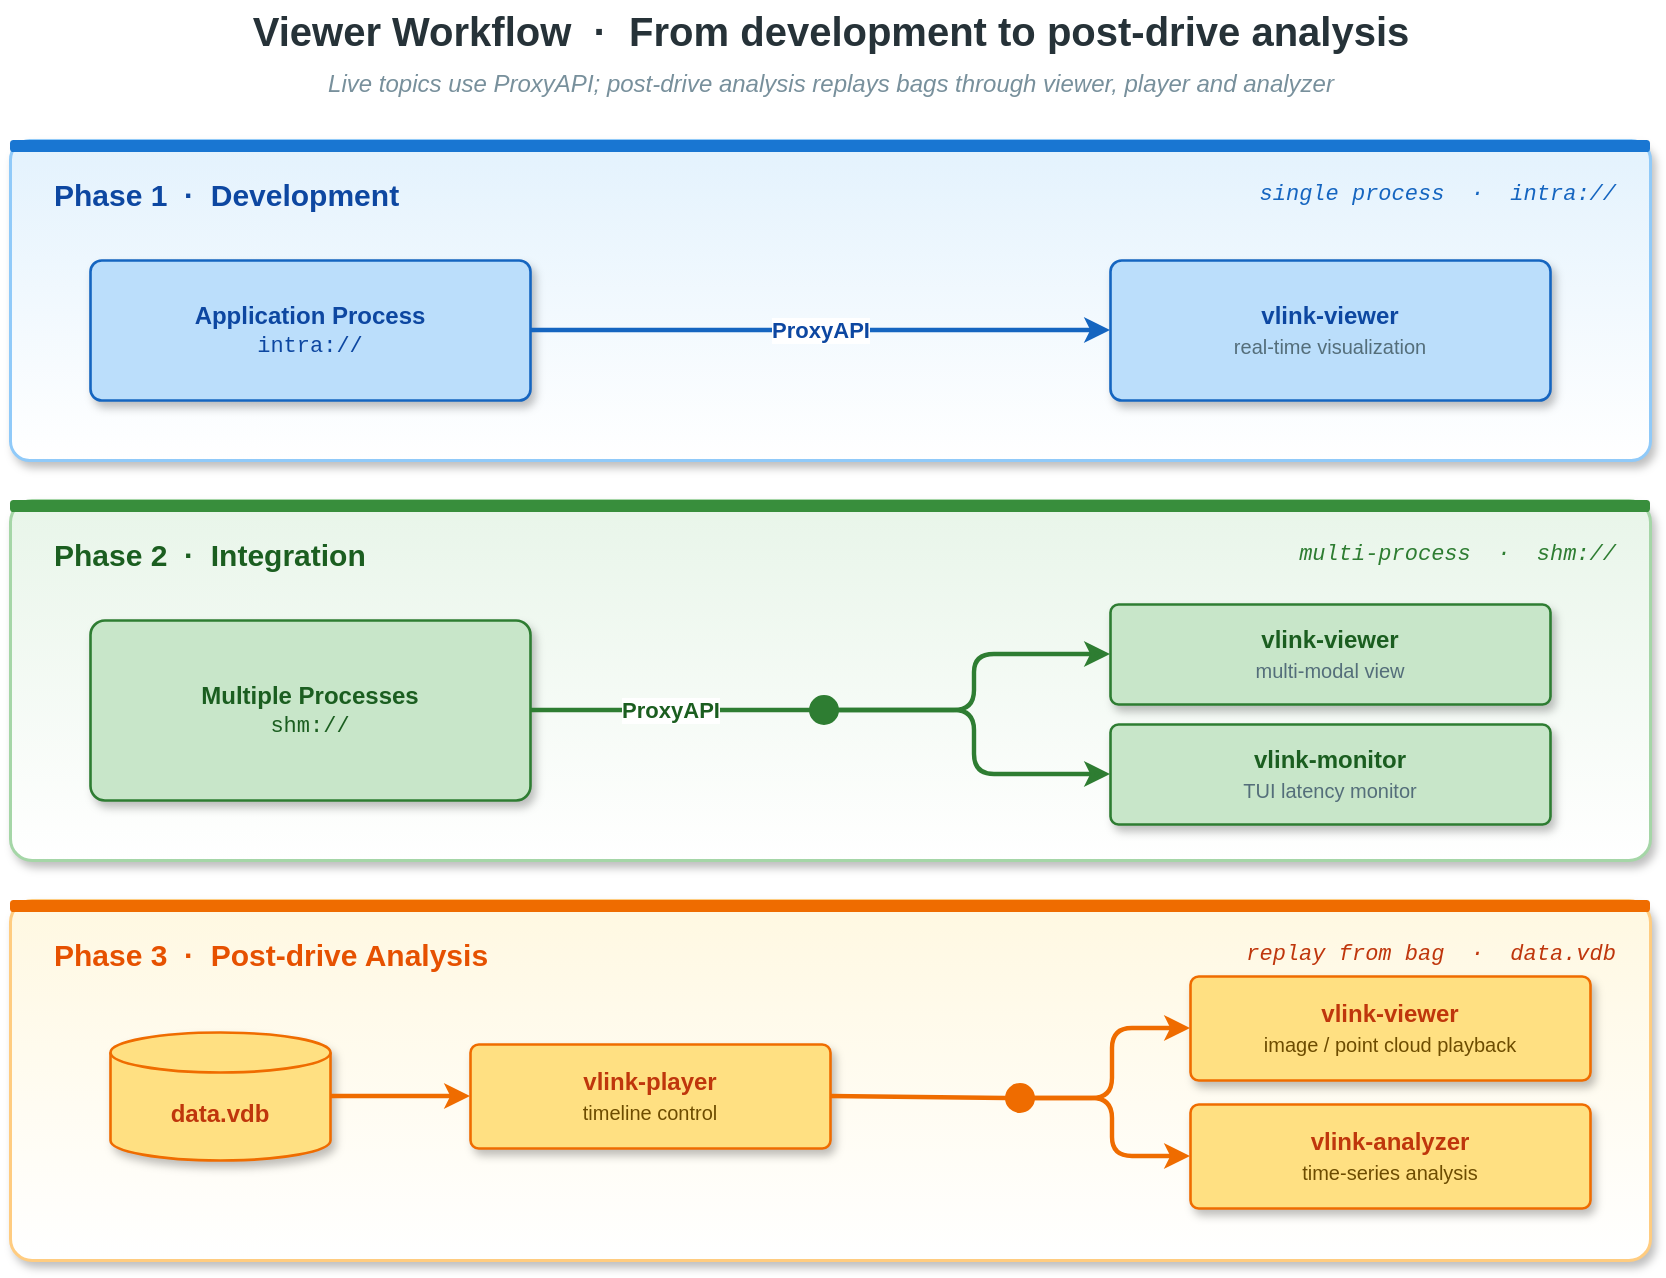
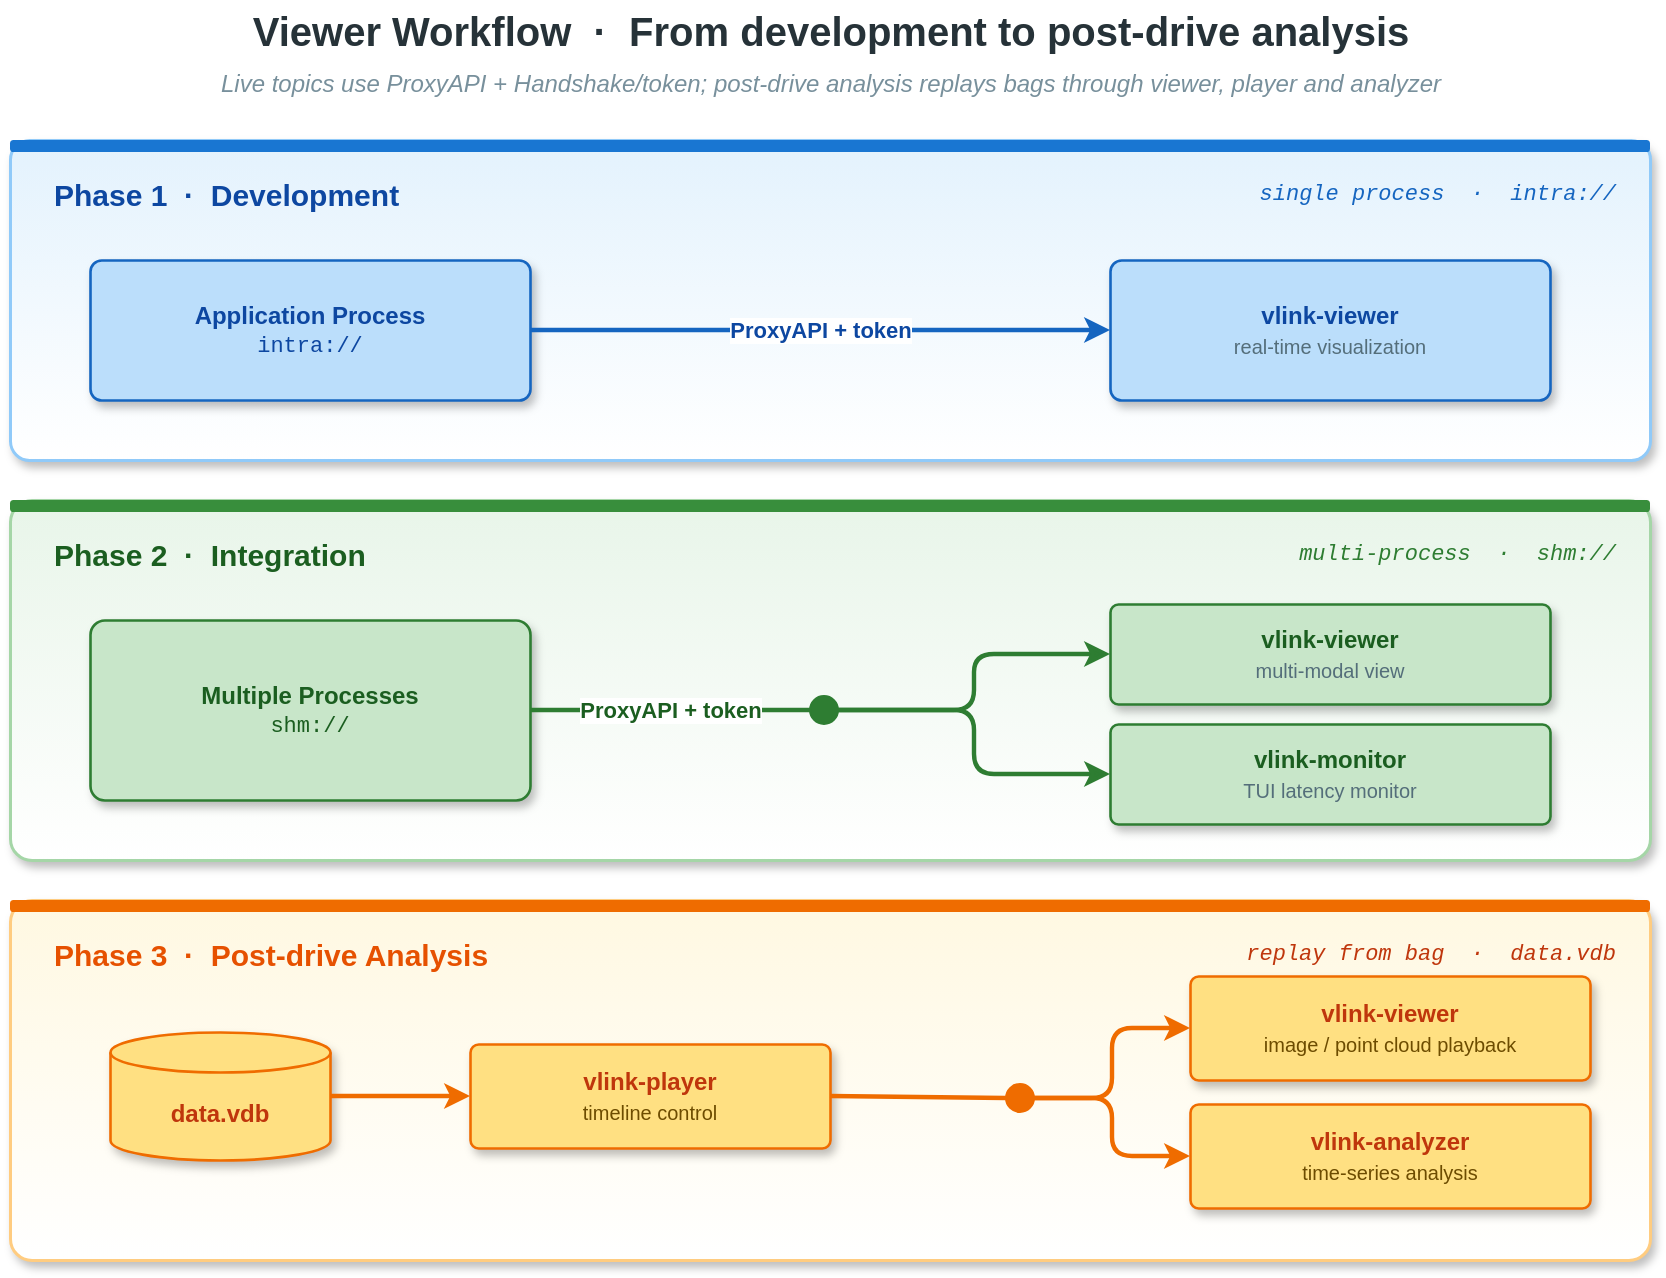
<mxfile host="app.diagrams.net" modified="2026-04-23T00:00:00.000Z" agent="Claude" version="24.0.0" type="device">
  <diagram id="foreword-viewer-workflow" name="Viewer Workflow">
    <mxGraphModel dx="900" dy="680" grid="0" gridSize="10" guides="1" tooltips="1" connect="1" arrows="1" fold="1" page="1" pageScale="1" pageWidth="900" pageHeight="680" math="0" shadow="0">
      <root>
        <mxCell id="0" />
        <mxCell id="1" parent="0" />

        <mxCell id="title" value="Viewer Workflow &#160;&#183;&#160; From development to post-drive analysis" style="text;html=1;align=center;verticalAlign=middle;strokeColor=none;fillColor=none;fontSize=20;fontStyle=1;fontColor=#263238;" vertex="1" parent="1">
          <mxGeometry x="40" y="20" width="820" height="30" as="geometry" />
        </mxCell>
-         <mxCell id="subtitle" value="Live topics use ProxyAPI; post-drive analysis replays bags through viewer, player and analyzer" style="text;html=1;align=center;verticalAlign=middle;strokeColor=none;fillColor=none;fontSize=12;fontStyle=2;fontColor=#78909c;" vertex="1" parent="1">
+         <mxCell id="subtitle" value="Live topics use ProxyAPI + Handshake/token; post-drive analysis replays bags through viewer, player and analyzer" style="text;html=1;align=center;verticalAlign=middle;strokeColor=none;fillColor=none;fontSize=12;fontStyle=2;fontColor=#78909c;" vertex="1" parent="1">
          <mxGeometry x="40" y="52" width="820" height="20" as="geometry" />
        </mxCell>

        <!-- Phase 1: Development (blue) -->
        <mxCell id="p1bg" value="" style="rounded=1;whiteSpace=wrap;html=1;fillColor=#ffffff;strokeColor=#90caf9;strokeWidth=1.5;arcSize=6;shadow=1;gradientColor=#e3f2fd;gradientDirection=north;" vertex="1" parent="1">
          <mxGeometry x="40" y="90" width="820" height="160" as="geometry" />
        </mxCell>
        <mxCell id="p1bar" value="" style="rounded=1;whiteSpace=wrap;html=1;fillColor=#1976d2;strokeColor=none;arcSize=30;" vertex="1" parent="1">
          <mxGeometry x="40" y="90" width="820" height="6" as="geometry" />
        </mxCell>
        <mxCell id="p1t" value="Phase 1 &#160;&#183;&#160; Development" style="text;html=1;align=left;verticalAlign=middle;strokeColor=none;fillColor=none;fontSize=15;fontStyle=1;fontColor=#0d47a1;" vertex="1" parent="1">
          <mxGeometry x="60" y="104" width="320" height="26" as="geometry" />
        </mxCell>
        <mxCell id="p1b" value="single process &#160;&#183;&#160; intra://" style="text;html=1;align=right;verticalAlign=middle;strokeColor=none;fillColor=none;fontSize=11;fontStyle=2;fontFamily=Courier New;fontColor=#1565c0;" vertex="1" parent="1">
          <mxGeometry x="500" y="106" width="344" height="22" as="geometry" />
        </mxCell>

        <mxCell id="p1app" value="&lt;b&gt;Application Process&lt;/b&gt;&lt;br/&gt;&lt;span style=&quot;font-family:Courier New;font-size:11px&quot;&gt;intra://&lt;/span&gt;" style="rounded=1;whiteSpace=wrap;html=1;fillColor=#bbdefb;strokeColor=#1565c0;strokeWidth=1.3;fontSize=12;fontColor=#0d47a1;align=center;shadow=1;arcSize=8;" vertex="1" parent="1">
          <mxGeometry x="80" y="150" width="220" height="70" as="geometry" />
        </mxCell>
        <mxCell id="p1vw" value="&lt;b&gt;vlink-viewer&lt;/b&gt;&lt;br/&gt;&lt;span style=&quot;font-size:10px;color:#546e7a&quot;&gt;real-time visualization&lt;/span&gt;" style="rounded=1;whiteSpace=wrap;html=1;fillColor=#bbdefb;strokeColor=#1565c0;strokeWidth=1.3;fontSize=12;fontColor=#0d47a1;align=center;shadow=1;arcSize=8;" vertex="1" parent="1">
          <mxGeometry x="590" y="150" width="220" height="70" as="geometry" />
        </mxCell>
-         <mxCell id="p1arr" value="ProxyAPI" style="endArrow=classic;endFill=1;html=1;strokeWidth=2.2;strokeColor=#1565c0;fontSize=11;fontStyle=1;fontColor=#0d47a1;labelBackgroundColor=#ffffff;exitX=1;exitY=0.5;entryX=0;entryY=0.5;" edge="1" parent="1" source="p1app" target="p1vw">
+         <mxCell id="p1arr" value="ProxyAPI + token" style="endArrow=classic;endFill=1;html=1;strokeWidth=2.2;strokeColor=#1565c0;fontSize=11;fontStyle=1;fontColor=#0d47a1;labelBackgroundColor=#ffffff;exitX=1;exitY=0.5;entryX=0;entryY=0.5;" edge="1" parent="1" source="p1app" target="p1vw">
          <mxGeometry relative="1" as="geometry" />
        </mxCell>

        <!-- Phase 2: Integration (green) -->
        <mxCell id="p2bg" value="" style="rounded=1;whiteSpace=wrap;html=1;fillColor=#ffffff;strokeColor=#a5d6a7;strokeWidth=1.5;arcSize=6;shadow=1;gradientColor=#e8f5e9;gradientDirection=north;" vertex="1" parent="1">
          <mxGeometry x="40" y="270" width="820" height="180" as="geometry" />
        </mxCell>
        <mxCell id="p2bar" value="" style="rounded=1;whiteSpace=wrap;html=1;fillColor=#388e3c;strokeColor=none;arcSize=30;" vertex="1" parent="1">
          <mxGeometry x="40" y="270" width="820" height="6" as="geometry" />
        </mxCell>
        <mxCell id="p2t" value="Phase 2 &#160;&#183;&#160; Integration" style="text;html=1;align=left;verticalAlign=middle;strokeColor=none;fillColor=none;fontSize=15;fontStyle=1;fontColor=#1b5e20;" vertex="1" parent="1">
          <mxGeometry x="60" y="284" width="320" height="26" as="geometry" />
        </mxCell>
        <mxCell id="p2b" value="multi-process &#160;&#183;&#160; shm://" style="text;html=1;align=right;verticalAlign=middle;strokeColor=none;fillColor=none;fontSize=11;fontStyle=2;fontFamily=Courier New;fontColor=#2e7d32;" vertex="1" parent="1">
          <mxGeometry x="500" y="286" width="344" height="22" as="geometry" />
        </mxCell>

        <mxCell id="p2app" value="&lt;b&gt;Multiple Processes&lt;/b&gt;&lt;br/&gt;&lt;span style=&quot;font-family:Courier New;font-size:11px&quot;&gt;shm://&lt;/span&gt;" style="rounded=1;whiteSpace=wrap;html=1;fillColor=#c8e6c9;strokeColor=#2e7d32;strokeWidth=1.3;fontSize=12;fontColor=#1b5e20;align=center;shadow=1;arcSize=8;" vertex="1" parent="1">
          <mxGeometry x="80" y="330" width="220" height="90" as="geometry" />
        </mxCell>
        <mxCell id="p2vw" value="&lt;b&gt;vlink-viewer&lt;/b&gt;&lt;br/&gt;&lt;span style=&quot;font-size:10px;color:#546e7a&quot;&gt;multi-modal view&lt;/span&gt;" style="rounded=1;whiteSpace=wrap;html=1;fillColor=#c8e6c9;strokeColor=#2e7d32;strokeWidth=1.3;fontSize=12;fontColor=#1b5e20;align=center;shadow=1;arcSize=8;" vertex="1" parent="1">
          <mxGeometry x="590" y="322" width="220" height="50" as="geometry" />
        </mxCell>
        <mxCell id="p2mn" value="&lt;b&gt;vlink-monitor&lt;/b&gt;&lt;br/&gt;&lt;span style=&quot;font-size:10px;color:#546e7a&quot;&gt;TUI latency monitor&lt;/span&gt;" style="rounded=1;whiteSpace=wrap;html=1;fillColor=#c8e6c9;strokeColor=#2e7d32;strokeWidth=1.3;fontSize=12;fontColor=#1b5e20;align=center;shadow=1;arcSize=8;" vertex="1" parent="1">
          <mxGeometry x="590" y="382" width="220" height="50" as="geometry" />
        </mxCell>
        <!-- junction -->
        <mxCell id="p2j" value="" style="ellipse;whiteSpace=wrap;html=1;fillColor=#2e7d32;strokeColor=#2e7d32;" vertex="1" parent="1">
          <mxGeometry x="440" y="368" width="14" height="14" as="geometry" />
        </mxCell>
-         <mxCell id="p2a1" value="ProxyAPI" style="endArrow=none;html=1;strokeWidth=2.2;strokeColor=#2e7d32;fontSize=11;fontStyle=1;fontColor=#1b5e20;labelBackgroundColor=#ffffff;exitX=1;exitY=0.5;entryX=0;entryY=0.5;" edge="1" parent="1" source="p2app" target="p2j">
+         <mxCell id="p2a1" value="ProxyAPI + token" style="endArrow=none;html=1;strokeWidth=2.2;strokeColor=#2e7d32;fontSize=11;fontStyle=1;fontColor=#1b5e20;labelBackgroundColor=#ffffff;exitX=1;exitY=0.5;entryX=0;entryY=0.5;" edge="1" parent="1" source="p2app" target="p2j">
          <mxGeometry relative="1" as="geometry" />
        </mxCell>
        <mxCell id="p2a2" value="" style="endArrow=classic;endFill=1;html=1;strokeWidth=2.2;strokeColor=#2e7d32;exitX=0.5;exitY=0.5;entryX=0;entryY=0.5;edgeStyle=orthogonalEdgeStyle;rounded=1;" edge="1" parent="1" source="p2j" target="p2vw">
          <mxGeometry relative="1" as="geometry" />
        </mxCell>
        <mxCell id="p2a3" value="" style="endArrow=classic;endFill=1;html=1;strokeWidth=2.2;strokeColor=#2e7d32;exitX=0.5;exitY=0.5;entryX=0;entryY=0.5;edgeStyle=orthogonalEdgeStyle;rounded=1;" edge="1" parent="1" source="p2j" target="p2mn">
          <mxGeometry relative="1" as="geometry" />
        </mxCell>

        <!-- Phase 3: Analysis (orange) -->
        <mxCell id="p3bg" value="" style="rounded=1;whiteSpace=wrap;html=1;fillColor=#ffffff;strokeColor=#ffcc80;strokeWidth=1.5;arcSize=6;shadow=1;gradientColor=#fff8e1;gradientDirection=north;" vertex="1" parent="1">
          <mxGeometry x="40" y="470" width="820" height="180" as="geometry" />
        </mxCell>
        <mxCell id="p3bar" value="" style="rounded=1;whiteSpace=wrap;html=1;fillColor=#ef6c00;strokeColor=none;arcSize=30;" vertex="1" parent="1">
          <mxGeometry x="40" y="470" width="820" height="6" as="geometry" />
        </mxCell>
        <mxCell id="p3t" value="Phase 3 &#160;&#183;&#160; Post-drive Analysis" style="text;html=1;align=left;verticalAlign=middle;strokeColor=none;fillColor=none;fontSize=15;fontStyle=1;fontColor=#e65100;" vertex="1" parent="1">
          <mxGeometry x="60" y="484" width="360" height="26" as="geometry" />
        </mxCell>
        <mxCell id="p3b" value="replay from bag &#160;&#183;&#160; data.vdb" style="text;html=1;align=right;verticalAlign=middle;strokeColor=none;fillColor=none;fontSize=11;fontStyle=2;fontFamily=Courier New;fontColor=#bf360c;" vertex="1" parent="1">
          <mxGeometry x="500" y="486" width="344" height="22" as="geometry" />
        </mxCell>

        <mxCell id="p3bag" value="data.vdb" style="shape=cylinder3;whiteSpace=wrap;html=1;boundedLbl=1;backgroundOutline=1;size=10;fillColor=#ffe082;strokeColor=#ef6c00;strokeWidth=1.3;fontColor=#bf360c;fontStyle=1;fontSize=12;shadow=1;" vertex="1" parent="1">
          <mxGeometry x="90" y="536" width="110" height="64" as="geometry" />
        </mxCell>
        <mxCell id="p3plr" value="&lt;b&gt;vlink-player&lt;/b&gt;&lt;br/&gt;&lt;span style=&quot;font-size:10px;color:#6d4c00&quot;&gt;timeline control&lt;/span&gt;" style="rounded=1;whiteSpace=wrap;html=1;fillColor=#ffe082;strokeColor=#ef6c00;strokeWidth=1.3;fontSize=12;fontColor=#bf360c;align=center;shadow=1;arcSize=8;" vertex="1" parent="1">
          <mxGeometry x="270" y="542" width="180" height="52" as="geometry" />
        </mxCell>
        <mxCell id="p3vw" value="&lt;b&gt;vlink-viewer&lt;/b&gt;&lt;br/&gt;&lt;span style=&quot;font-size:10px;color:#6d4c00&quot;&gt;image / point cloud playback&lt;/span&gt;" style="rounded=1;whiteSpace=wrap;html=1;fillColor=#ffe082;strokeColor=#ef6c00;strokeWidth=1.3;fontSize=12;fontColor=#bf360c;align=center;shadow=1;arcSize=8;" vertex="1" parent="1">
          <mxGeometry x="630" y="508" width="200" height="52" as="geometry" />
        </mxCell>
        <mxCell id="p3an" value="&lt;b&gt;vlink-analyzer&lt;/b&gt;&lt;br/&gt;&lt;span style=&quot;font-size:10px;color:#6d4c00&quot;&gt;time-series analysis&lt;/span&gt;" style="rounded=1;whiteSpace=wrap;html=1;fillColor=#ffe082;strokeColor=#ef6c00;strokeWidth=1.3;fontSize=12;fontColor=#bf360c;align=center;shadow=1;arcSize=8;" vertex="1" parent="1">
          <mxGeometry x="630" y="572" width="200" height="52" as="geometry" />
        </mxCell>
        <mxCell id="p3j" value="" style="ellipse;whiteSpace=wrap;html=1;fillColor=#ef6c00;strokeColor=#ef6c00;" vertex="1" parent="1">
          <mxGeometry x="538" y="562" width="14" height="14" as="geometry" />
        </mxCell>
        <mxCell id="p3a1" value="" style="endArrow=classic;endFill=1;html=1;strokeWidth=2.2;strokeColor=#ef6c00;exitX=1;exitY=0.5;entryX=0;entryY=0.5;" edge="1" parent="1" source="p3bag" target="p3plr">
          <mxGeometry relative="1" as="geometry" />
        </mxCell>
        <mxCell id="p3a2" value="" style="endArrow=none;html=1;strokeWidth=2.2;strokeColor=#ef6c00;exitX=1;exitY=0.5;entryX=0;entryY=0.5;" edge="1" parent="1" source="p3plr" target="p3j">
          <mxGeometry relative="1" as="geometry" />
        </mxCell>
        <mxCell id="p3a3" value="" style="endArrow=classic;endFill=1;html=1;strokeWidth=2.2;strokeColor=#ef6c00;exitX=0.5;exitY=0.5;entryX=0;entryY=0.5;edgeStyle=orthogonalEdgeStyle;rounded=1;" edge="1" parent="1" source="p3j" target="p3vw">
          <mxGeometry relative="1" as="geometry" />
        </mxCell>
        <mxCell id="p3a4" value="" style="endArrow=classic;endFill=1;html=1;strokeWidth=2.2;strokeColor=#ef6c00;exitX=0.5;exitY=0.5;entryX=0;entryY=0.5;edgeStyle=orthogonalEdgeStyle;rounded=1;" edge="1" parent="1" source="p3j" target="p3an">
          <mxGeometry relative="1" as="geometry" />
        </mxCell>

      </root>
    </mxGraphModel>
  </diagram>
</mxfile>
